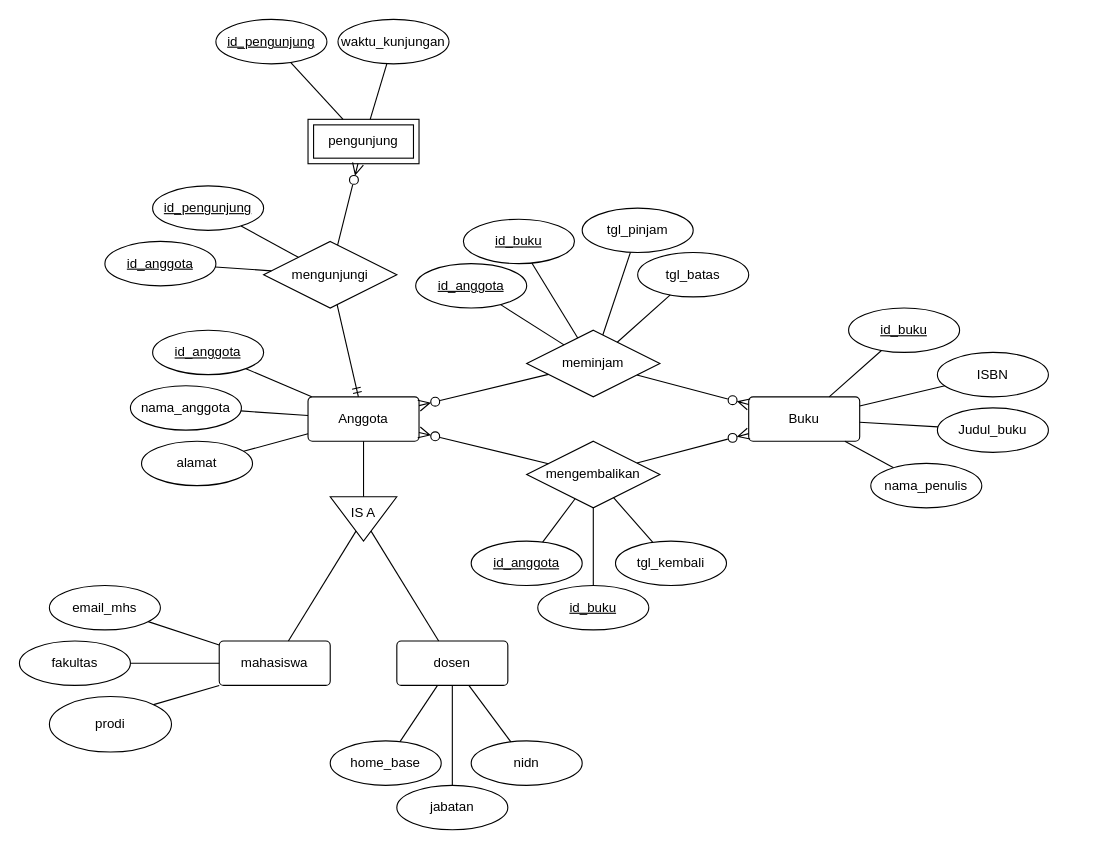
Above: page "Page-1" (1 of 2) of perpus.drawio in ilhamtkj/diagram (draw.io), before the change. Source tidied: cells renumbered, new cells numbered last; positions are measured from the earlier drawing's top-left corner, leaving out a move shared by most shapes. Both pictures are drawn from the tidied source at 111%, with x=0, y=0 at pixel (19, 19).
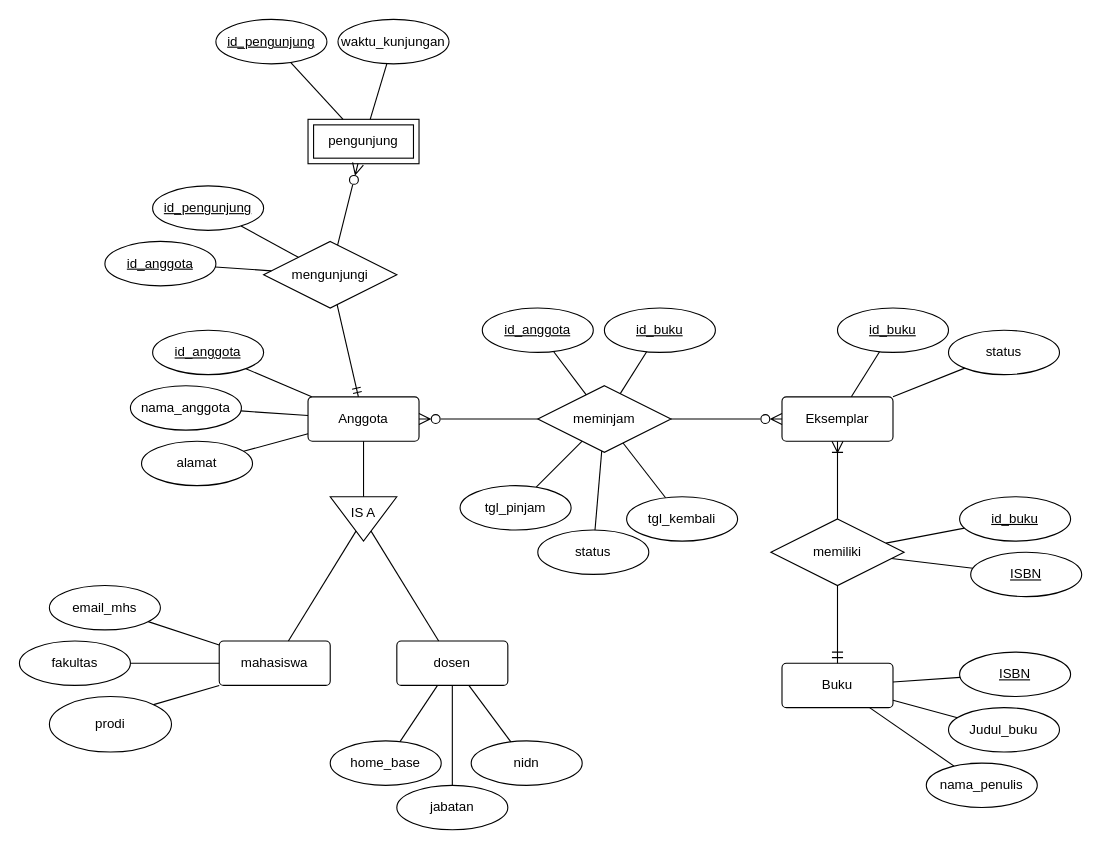
Above is the later version.

Commit message:
add eksemplar, change relation

The change refers to these unchanged cells:
```xml
<mxCell id="11" value="Anggota" style="rounded=1;arcSize=10;whiteSpace=wrap;html=1;align=center;" parent="1" vertex="1">
  <mxGeometry x="260" y="340" width="100" height="40" as="geometry" />
</mxCell>
```

What changed in the source:
```diff
@@
     <mxCell id="2" value="Buku" style="rounded=1;arcSize=10;whiteSpace=wrap;html=1;align=center;" parent="1" vertex="1">
-      <mxGeometry x="657" y="340" width="100" height="40" as="geometry" />
+      <mxGeometry x="687" y="580" width="100" height="40" as="geometry" />
     </mxCell>
-    <mxCell id="3" value="id_buku" style="ellipse;whiteSpace=wrap;html=1;align=center;fontStyle=4;" parent="1" vertex="1">
-      <mxGeometry x="747" y="260" width="100" height="40" as="geometry" />
-    </mxCell>
-    <mxCell id="4" value="ISBN" style="ellipse;whiteSpace=wrap;html=1;align=center;" parent="1" vertex="1">
-      <mxGeometry x="827" y="300" width="100" height="40" as="geometry" />
-    </mxCell>
     <mxCell id="5" value="Judul_buku" style="ellipse;whiteSpace=wrap;html=1;align=center;" parent="1" vertex="1">
-      <mxGeometry x="827" y="350" width="100" height="40" as="geometry" />
+      <mxGeometry x="837" y="620" width="100" height="40" as="geometry" />
     </mxCell>
     <mxCell id="6" value="nama_penulis" style="ellipse;whiteSpace=wrap;html=1;align=center;" parent="1" vertex="1">
-      <mxGeometry x="767" y="400" width="100" height="40" as="geometry" />
+      <mxGeometry x="817" y="670" width="100" height="40" as="geometry" />
     </mxCell>
-    <mxCell id="7" style="endArrow=none;html=1;rounded=0;" parent="1" edge="1" source="3" target="2">
-      <mxGeometry relative="1" as="geometry" />
-    </mxCell>
-    <mxCell id="8" style="endArrow=none;html=1;rounded=0;" parent="1" edge="1" source="4" target="2">
+    <mxCell id="8" style="endArrow=none;html=1;rounded=0;" parent="1" edge="1" source="81" target="2">
       <mxGeometry relative="1" as="geometry" />
     </mxCell>
@@
     <mxCell id="36" value="meminjam" style="shape=rhombus;perimeter=rhombusPerimeter;whiteSpace=wrap;html=1;align=center;" parent="1" vertex="1">
-      <mxGeometry x="457" y="280" width="120" height="60" as="geometry" />
+      <mxGeometry x="467" y="330" width="120" height="60" as="geometry" />
     </mxCell>
@@
-    <mxCell id="38" style="endArrow=ERzeroToMany;html=1;rounded=0;endFill=0;endSize=8;" parent="1" edge="1" source="36" target="2">
-      <mxGeometry relative="1" as="geometry" />
-    </mxCell>
     <mxCell id="39" value="tgl_pinjam" style="ellipse;whiteSpace=wrap;html=1;align=center;" parent="1" vertex="1">
-      <mxGeometry x="507" y="170" width="100" height="40" as="geometry" />
+      <mxGeometry x="397" y="420" width="100" height="40" as="geometry" />
     </mxCell>
     <mxCell id="40" value="id_anggota" style="ellipse;whiteSpace=wrap;html=1;align=center;fontStyle=4;" parent="1" vertex="1">
-      <mxGeometry x="357" y="220" width="100" height="40" as="geometry" />
+      <mxGeometry x="417" y="260" width="100" height="40" as="geometry" />
     </mxCell>
     <mxCell id="41" value="id_buku" style="ellipse;whiteSpace=wrap;html=1;align=center;fontStyle=4;" parent="1" vertex="1">
-      <mxGeometry x="400" y="180" width="100" height="40" as="geometry" />
+      <mxGeometry x="527" y="260" width="100" height="40" as="geometry" />
     </mxCell>
@@
-    <mxCell id="45" value="mengembalikan" style="shape=rhombus;perimeter=rhombusPerimeter;whiteSpace=wrap;html=1;align=center;" parent="1" vertex="1">
-      <mxGeometry x="457" y="380" width="120" height="60" as="geometry" />
-    </mxCell>
-    <mxCell id="46" style="endArrow=ERzeroToMany;html=1;rounded=0;endFill=0;endSize=8;" parent="1" edge="1" source="45" target="2">
-      <mxGeometry relative="1" as="geometry" />
-    </mxCell>
-    <mxCell id="47" style="endArrow=none;html=1;rounded=0;startArrow=ERzeroToMany;startFill=0;endSize=6;startSize=8;" parent="1" edge="1" source="11" target="45">
-      <mxGeometry relative="1" as="geometry" />
-    </mxCell>
-    <mxCell id="48" value="tgl_kembali" style="ellipse;whiteSpace=wrap;html=1;align=center;" parent="1" vertex="1">
-      <mxGeometry x="537" y="470" width="100" height="40" as="geometry" />
-    </mxCell>
-    <mxCell id="49" value="id_anggota" style="ellipse;whiteSpace=wrap;html=1;align=center;fontStyle=4;" parent="1" vertex="1">
-      <mxGeometry x="407" y="470" width="100" height="40" as="geometry" />
-    </mxCell>
-    <mxCell id="50" value="id_buku" style="ellipse;whiteSpace=wrap;html=1;align=center;fontStyle=4;" parent="1" vertex="1">
-      <mxGeometry x="467" y="510" width="100" height="40" as="geometry" />
-    </mxCell>
-    <mxCell id="51" style="endArrow=none;html=1;rounded=0;" parent="1" edge="1" source="45" target="49">
-      <mxGeometry relative="1" as="geometry" />
-    </mxCell>
-    <mxCell id="52" style="endArrow=none;html=1;rounded=0;" parent="1" edge="1" source="45" target="50">
-      <mxGeometry relative="1" as="geometry" />
-    </mxCell>
-    <mxCell id="53" style="endArrow=none;html=1;rounded=0;" parent="1" edge="1" source="48" target="45">
-      <mxGeometry relative="1" as="geometry" />
-    </mxCell>
@@
-    <mxCell id="56" value="tgl_batas" style="ellipse;whiteSpace=wrap;html=1;align=center;" parent="1" vertex="1">
-      <mxGeometry x="557" y="210" width="100" height="40" as="geometry" />
+    <mxCell id="56" value="tgl_kembali" style="ellipse;whiteSpace=wrap;html=1;align=center;" parent="1" vertex="1">
+      <mxGeometry x="547" y="430" width="100" height="40" as="geometry" />
     </mxCell>
@@
+    <mxCell id="70" value="Eksemplar" style="rounded=1;arcSize=10;whiteSpace=wrap;html=1;align=center;" parent="1" vertex="1">
+      <mxGeometry x="687" y="340" width="100" height="40" as="geometry" />
+    </mxCell>
+    <mxCell id="71" value="status" style="ellipse;whiteSpace=wrap;html=1;align=center;" parent="1" vertex="1">
+      <mxGeometry x="837" y="280" width="100" height="40" as="geometry" />
+    </mxCell>
+    <mxCell id="72" style="endArrow=ERzeroToMany;html=1;rounded=0;endFill=0;endSize=8;" parent="1" edge="1" source="36" target="70">
+      <mxGeometry relative="1" as="geometry" />
+    </mxCell>
+    <mxCell id="73" style="endArrow=none;html=1;rounded=0;endFill=0;endSize=8;startSize=8;startArrow=ERoneToMany;startFill=0;" parent="1" edge="1" source="70" target="76">
+      <mxGeometry relative="1" as="geometry" />
+    </mxCell>
+    <mxCell id="74" style="endArrow=none;html=1;rounded=0;" parent="1" edge="1" source="70" target="80">
+      <mxGeometry relative="1" as="geometry" />
+    </mxCell>
+    <mxCell id="75" style="endArrow=none;html=1;rounded=0;" parent="1" edge="1" source="70" target="71">
+      <mxGeometry relative="1" as="geometry" />
+    </mxCell>
+    <mxCell id="76" value="memiliki" style="shape=rhombus;perimeter=rhombusPerimeter;whiteSpace=wrap;html=1;align=center;" parent="1" vertex="1">
+      <mxGeometry x="677" y="450" width="120" height="60" as="geometry" />
+    </mxCell>
+    <mxCell id="77" style="endArrow=ERmandOne;html=1;rounded=0;endFill=0;endSize=8;startSize=8;startArrow=none;startFill=0;" parent="1" edge="1" source="76" target="2">
+      <mxGeometry relative="1" as="geometry" />
+    </mxCell>
+    <mxCell id="78" value="id_buku" style="ellipse;whiteSpace=wrap;html=1;align=center;fontStyle=4;" parent="1" vertex="1">
+      <mxGeometry x="847" y="430" width="100" height="40" as="geometry" />
+    </mxCell>
+    <mxCell id="79" value="ISBN" style="ellipse;whiteSpace=wrap;html=1;align=center;fontStyle=4;" parent="1" vertex="1">
+      <mxGeometry x="857" y="480" width="100" height="40" as="geometry" />
+    </mxCell>
+    <mxCell id="80" value="id_buku" style="ellipse;whiteSpace=wrap;html=1;align=center;fontStyle=4;" parent="1" vertex="1">
+      <mxGeometry x="737" y="260" width="100" height="40" as="geometry" />
+    </mxCell>
+    <mxCell id="81" value="ISBN" style="ellipse;whiteSpace=wrap;html=1;align=center;fontStyle=4;" parent="1" vertex="1">
+      <mxGeometry x="847" y="570" width="100" height="40" as="geometry" />
+    </mxCell>
+    <mxCell id="82" style="endArrow=none;html=1;rounded=0;" parent="1" edge="1" source="78" target="76">
+      <mxGeometry relative="1" as="geometry" />
+    </mxCell>
+    <mxCell id="83" style="endArrow=none;html=1;rounded=0;" parent="1" edge="1" source="79" target="76">
+      <mxGeometry relative="1" as="geometry" />
+    </mxCell>
+    <mxCell id="84" value="status" style="ellipse;whiteSpace=wrap;html=1;align=center;" parent="1" vertex="1">
+      <mxGeometry x="467" y="460" width="100" height="40" as="geometry" />
+    </mxCell>
+    <mxCell id="85" style="endArrow=none;html=1;rounded=0;" parent="1" edge="1" source="84" target="36">
+      <mxGeometry relative="1" as="geometry" />
+    </mxCell>
```
